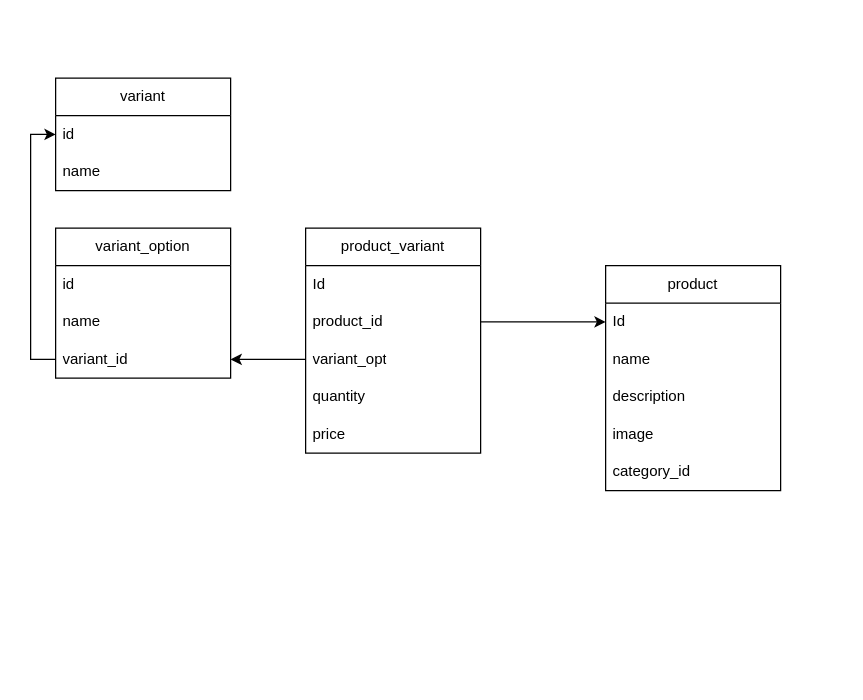
This is Databse.drawio from minhminh12315/project-demo, a draw.io file, before an edit. Source tidied: cells renumbered, new cells numbered last; positions are measured from the earlier drawing's top-left corner, leaving out a move shared by most shapes. Both pictures are drawn from the tidied source at 125%, with x=0, y=0 at pixel (30, 78).
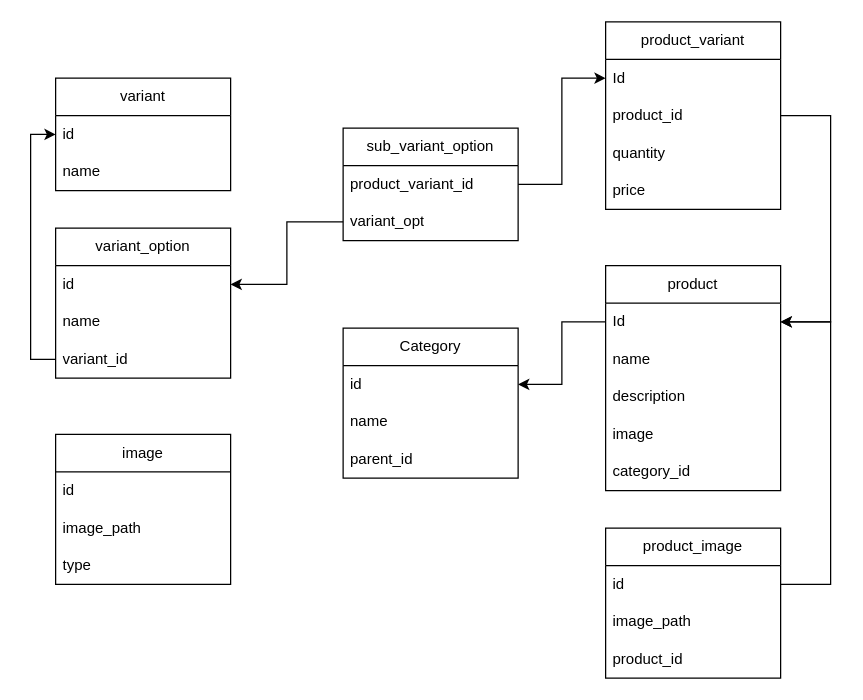
After the change.

Commit message:
Cập nhật Databse.drawio

The change refers to these unchanged cells:
```xml
<mxCell id="3" value="Id" style="text;strokeColor=none;fillColor=none;align=left;verticalAlign=middle;spacingLeft=4;spacingRight=4;overflow=hidden;points=[[0,0.5],[1,0.5]];portConstraint=eastwest;whiteSpace=wrap;html=1;" parent="2" vertex="1">
  <mxGeometry y="30" width="140" height="30" as="geometry" />
</mxCell>
<mxCell id="9" value="Id" style="text;strokeColor=none;fillColor=none;align=left;verticalAlign=middle;spacingLeft=4;spacingRight=4;overflow=hidden;points=[[0,0.5],[1,0.5]];portConstraint=eastwest;whiteSpace=wrap;html=1;" parent="8" vertex="1">
  <mxGeometry y="30" width="140" height="30" as="geometry" />
</mxCell>
<mxCell id="10" value="product_id" style="text;strokeColor=none;fillColor=none;align=left;verticalAlign=middle;spacingLeft=4;spacingRight=4;overflow=hidden;points=[[0,0.5],[1,0.5]];portConstraint=eastwest;whiteSpace=wrap;html=1;" parent="8" vertex="1">
  <mxGeometry y="60" width="140" height="30" as="geometry" />
</mxCell>
<mxCell id="16" value="id" style="text;strokeColor=none;fillColor=none;align=left;verticalAlign=middle;spacingLeft=4;spacingRight=4;overflow=hidden;points=[[0,0.5],[1,0.5]];portConstraint=eastwest;whiteSpace=wrap;html=1;" parent="15" vertex="1">
  <mxGeometry y="30" width="140" height="30" as="geometry" />
</mxCell>
<mxCell id="18" value="variant_id" style="text;strokeColor=none;fillColor=none;align=left;verticalAlign=middle;spacingLeft=4;spacingRight=4;overflow=hidden;points=[[0,0.5],[1,0.5]];portConstraint=eastwest;whiteSpace=wrap;html=1;" parent="15" vertex="1">
  <mxGeometry y="90" width="140" height="30" as="geometry" />
</mxCell>
```

What changed in the source:
```diff
@@
     <mxCell id="8" value="product_variant" style="swimlane;fontStyle=0;horizontal=1;startSize=30;whiteSpace=wrap;html=1;" parent="1" vertex="1">
-      <mxGeometry x="220" y="120" width="140" height="180" as="geometry" />
+      <mxGeometry x="460" y="-45" width="140" height="150" as="geometry" />
     </mxCell>
@@
-    <mxCell id="11" value="variant_opt" style="text;strokeColor=none;fillColor=none;align=left;verticalAlign=middle;spacingLeft=4;spacingRight=4;overflow=hidden;points=[[0,0.5],[1,0.5]];portConstraint=eastwest;whiteSpace=wrap;html=1;" parent="8" vertex="1">
-      <mxGeometry y="90" width="140" height="30" as="geometry" />
-    </mxCell>
     <mxCell id="12" value="quantity" style="text;strokeColor=none;fillColor=none;align=left;verticalAlign=middle;spacingLeft=4;spacingRight=4;overflow=hidden;whiteSpace=wrap;html=1;" parent="8" vertex="1">
-      <mxGeometry y="120" width="140" height="30" as="geometry" />
+      <mxGeometry y="90" width="140" height="30" as="geometry" />
     </mxCell>
     <mxCell id="13" value="price" style="text;strokeColor=none;fillColor=none;align=left;verticalAlign=middle;spacingLeft=4;spacingRight=4;overflow=hidden;whiteSpace=wrap;html=1;" parent="8" vertex="1">
-      <mxGeometry y="150" width="140" height="30" as="geometry" />
+      <mxGeometry y="120" width="140" height="30" as="geometry" />
     </mxCell>
-    <mxCell id="14" style="edgeStyle=orthogonalEdgeStyle;rounded=0;jettySize=auto;html=1;entryX=0;entryY=0.5;entryDx=0;entryDy=0;" parent="1" edge="1" source="10" target="3">
-      <mxGeometry relative="1" as="geometry" />
+    <mxCell id="14" style="edgeStyle=orthogonalEdgeStyle;rounded=0;jettySize=auto;html=1;entryX=1;entryY=0.5;entryDx=0;entryDy=0;" parent="1" edge="1" source="10" target="3">
+      <mxGeometry relative="1" as="geometry">
+        <Array as="points">
+          <mxPoint x="640" y="30" />
+          <mxPoint x="640" y="195" />
+        </Array>
+      </mxGeometry>
     </mxCell>
@@
-    <mxCell id="23" style="edgeStyle=orthogonalEdgeStyle;rounded=0;jettySize=auto;html=1;" parent="1" edge="1" source="11" target="18">
-      <mxGeometry relative="1" as="geometry" />
-    </mxCell>
+    <mxCell id="24" value="sub_variant_option" style="swimlane;fontStyle=0;horizontal=1;startSize=30;whiteSpace=wrap;html=1;" parent="1" vertex="1">
+      <mxGeometry x="250" y="40" width="140" height="90" as="geometry" />
+    </mxCell>
+    <mxCell id="25" value="product_variant_id" style="text;strokeColor=none;fillColor=none;align=left;verticalAlign=middle;spacingLeft=4;spacingRight=4;overflow=hidden;points=[[0,0.5],[1,0.5]];portConstraint=eastwest;whiteSpace=wrap;html=1;" parent="24" vertex="1">
+      <mxGeometry y="30" width="140" height="30" as="geometry" />
+    </mxCell>
+    <mxCell id="11" value="variant_opt" style="text;strokeColor=none;fillColor=none;align=left;verticalAlign=middle;spacingLeft=4;spacingRight=4;overflow=hidden;points=[[0,0.5],[1,0.5]];portConstraint=eastwest;whiteSpace=wrap;html=1;" parent="24" vertex="1">
+      <mxGeometry y="60" width="140" height="30" as="geometry" />
+    </mxCell>
+    <mxCell id="26" style="edgeStyle=orthogonalEdgeStyle;rounded=0;jettySize=auto;html=1;entryX=1;entryY=0.5;entryDx=0;entryDy=0;" parent="1" edge="1" source="11" target="16">
+      <mxGeometry relative="1" as="geometry" />
+    </mxCell>
+    <mxCell id="27" style="edgeStyle=orthogonalEdgeStyle;rounded=0;jettySize=auto;html=1;entryX=0;entryY=0.5;entryDx=0;entryDy=0;" parent="1" edge="1" source="25" target="9">
+      <mxGeometry relative="1" as="geometry" />
+    </mxCell>
+    <mxCell id="28" value="Category" style="swimlane;fontStyle=0;horizontal=1;startSize=30;whiteSpace=wrap;html=1;" parent="1" vertex="1">
+      <mxGeometry x="250" y="200" width="140" height="120" as="geometry" />
+    </mxCell>
+    <mxCell id="29" value="id" style="text;strokeColor=none;fillColor=none;align=left;verticalAlign=middle;spacingLeft=4;spacingRight=4;overflow=hidden;points=[[0,0.5],[1,0.5]];portConstraint=eastwest;whiteSpace=wrap;html=1;" parent="28" vertex="1">
+      <mxGeometry y="30" width="140" height="30" as="geometry" />
+    </mxCell>
+    <mxCell id="30" value="name" style="text;strokeColor=none;fillColor=none;align=left;verticalAlign=middle;spacingLeft=4;spacingRight=4;overflow=hidden;whiteSpace=wrap;html=1;" parent="28" vertex="1">
+      <mxGeometry y="60" width="140" height="30" as="geometry" />
+    </mxCell>
+    <mxCell id="31" value="parent_id" style="text;strokeColor=none;fillColor=none;align=left;verticalAlign=middle;spacingLeft=4;spacingRight=4;overflow=hidden;whiteSpace=wrap;html=1;" parent="28" vertex="1">
+      <mxGeometry y="90" width="140" height="30" as="geometry" />
+    </mxCell>
+    <mxCell id="32" style="edgeStyle=orthogonalEdgeStyle;rounded=0;jettySize=auto;html=1;" parent="1" edge="1" source="3" target="29">
+      <mxGeometry relative="1" as="geometry" />
+    </mxCell>
+    <mxCell id="33" style="edgeStyle=orthogonalEdgeStyle;rounded=0;jettySize=auto;html=1;entryX=1;entryY=0.5;entryDx=0;entryDy=0;exitX=1;exitY=0.5;exitDx=0;exitDy=0;" parent="1" edge="1" source="35" target="3">
+      <mxGeometry relative="1" as="geometry">
+        <Array as="points">
+          <mxPoint x="640" y="405" />
+          <mxPoint x="640" y="195" />
+        </Array>
+      </mxGeometry>
+    </mxCell>
+    <mxCell id="34" value="product_image" style="swimlane;fontStyle=0;horizontal=1;startSize=30;whiteSpace=wrap;html=1;" parent="1" vertex="1">
+      <mxGeometry x="460" y="360" width="140" height="120" as="geometry" />
+    </mxCell>
+    <mxCell id="35" value="id" style="text;strokeColor=none;fillColor=none;align=left;verticalAlign=middle;spacingLeft=4;spacingRight=4;overflow=hidden;points=[[0,0.5],[1,0.5]];portConstraint=eastwest;whiteSpace=wrap;html=1;" parent="34" vertex="1">
+      <mxGeometry y="30" width="140" height="30" as="geometry" />
+    </mxCell>
+    <mxCell id="36" value="image_path" style="text;strokeColor=none;fillColor=none;align=left;verticalAlign=middle;spacingLeft=4;spacingRight=4;overflow=hidden;whiteSpace=wrap;html=1;" parent="34" vertex="1">
+      <mxGeometry y="60" width="140" height="30" as="geometry" />
+    </mxCell>
+    <mxCell id="37" value="product_id" style="text;strokeColor=none;fillColor=none;align=left;verticalAlign=middle;spacingLeft=4;spacingRight=4;overflow=hidden;whiteSpace=wrap;html=1;" parent="34" vertex="1">
+      <mxGeometry y="90" width="140" height="30" as="geometry" />
+    </mxCell>
+    <mxCell id="38" value="image" style="swimlane;fontStyle=0;horizontal=1;startSize=30;whiteSpace=wrap;html=1;" parent="1" vertex="1">
+      <mxGeometry x="20" y="285" width="140" height="120" as="geometry" />
+    </mxCell>
+    <mxCell id="39" value="id" style="text;strokeColor=none;fillColor=none;align=left;verticalAlign=middle;spacingLeft=4;spacingRight=4;overflow=hidden;whiteSpace=wrap;html=1;" parent="38" vertex="1">
+      <mxGeometry y="30" width="140" height="30" as="geometry" />
+    </mxCell>
+    <mxCell id="40" value="image_path" style="text;strokeColor=none;fillColor=none;align=left;verticalAlign=middle;spacingLeft=4;spacingRight=4;overflow=hidden;whiteSpace=wrap;html=1;" parent="38" vertex="1">
+      <mxGeometry y="60" width="140" height="30" as="geometry" />
+    </mxCell>
+    <mxCell id="41" value="type" style="text;strokeColor=none;fillColor=none;align=left;verticalAlign=middle;spacingLeft=4;spacingRight=4;overflow=hidden;whiteSpace=wrap;html=1;" parent="38" vertex="1">
+      <mxGeometry y="90" width="140" height="30" as="geometry" />
+    </mxCell>
```
